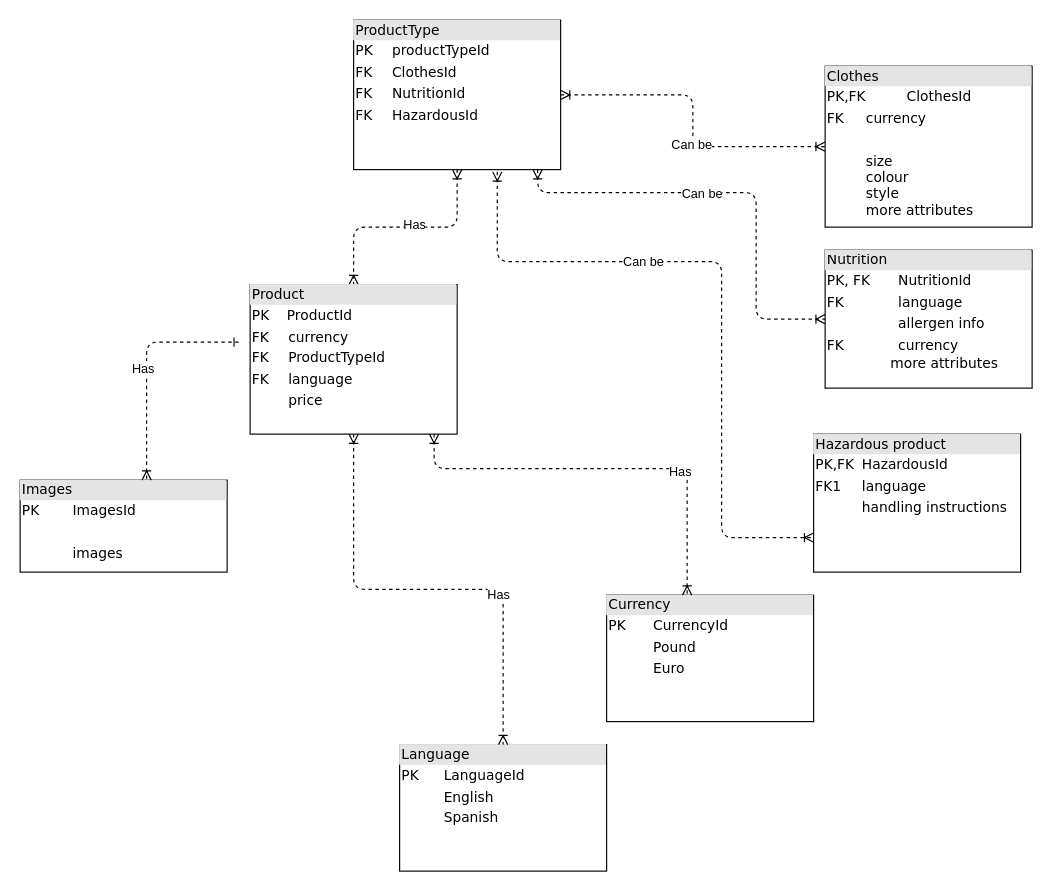
Earlier version of the draw.io diagram Exercise 2.drawio (InesCortina/git-demo). Source tidied: cells renumbered, new cells numbered last; positions are measured from the earlier drawing's top-left corner, leaving out a move shared by most shapes. Both pictures are drawn from the tidied source at 115%, with x=0, y=0 at pixel (20, 20).
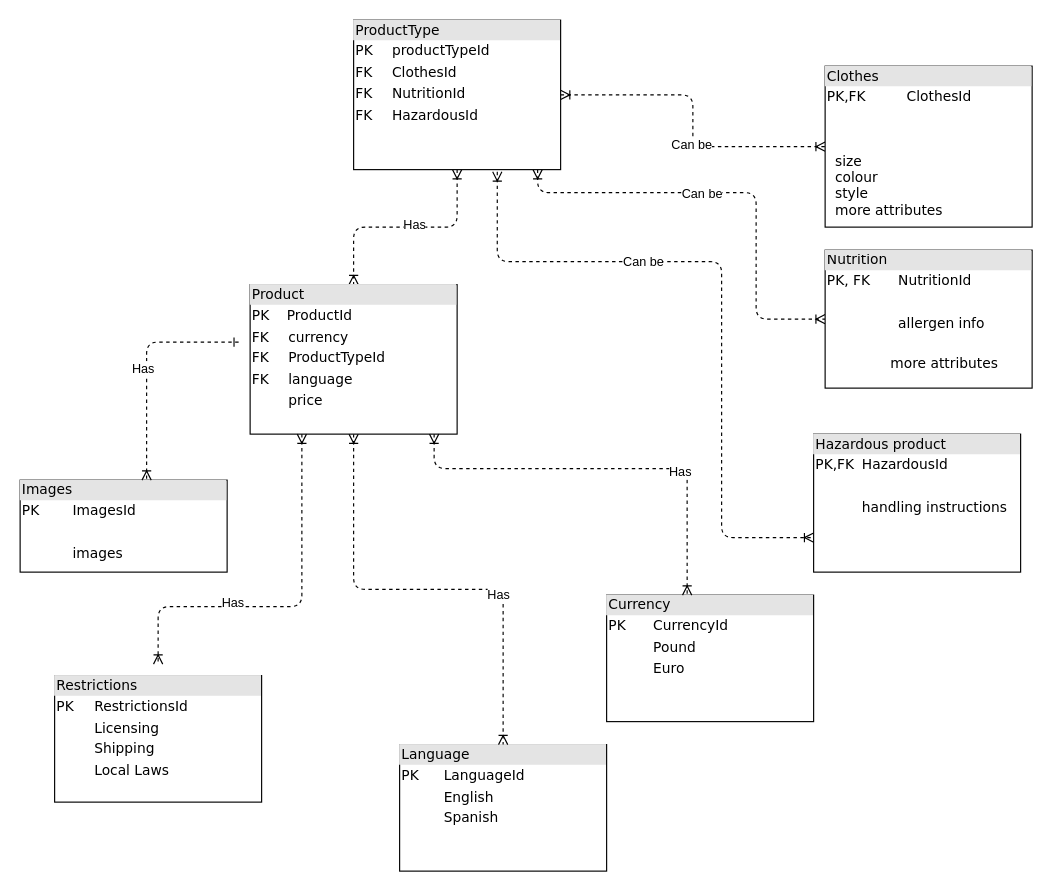
The same page after the edit.

The change refers to these unchanged cells:
```xml
<mxCell id="13" value="&lt;div style=&quot;box-sizing: border-box ; width: 100% ; background: #e4e4e4 ; padding: 2px&quot;&gt;Product&lt;/div&gt;&lt;table style=&quot;border-color: var(--border-color); font-size: 1em; width: 180px;&quot; cellpadding=&quot;2&quot; cellspacing=&quot;0&quot;&gt;&lt;tbody style=&quot;border-color: var(--border-color);&quot;&gt;&lt;tr style=&quot;border-color: var(--border-color);&quot;&gt;&lt;td style=&quot;border-color: var(--border-color);&quot;&gt;PK&amp;nbsp; &amp;nbsp; ProductId&lt;/td&gt;&lt;td style=&quot;border-color: var(--border-color);&quot;&gt;&lt;br&gt;&lt;/td&gt;&lt;/tr&gt;&lt;/tbody&gt;&lt;/table&gt;&lt;table style=&quot;width: 100% ; font-size: 1em&quot; cellpadding=&quot;2&quot; cellspacing=&quot;0&quot;&gt;&lt;tbody&gt;&lt;tr&gt;&lt;td&gt;FK&lt;/td&gt;&lt;td&gt;currency&lt;/td&gt;&lt;/tr&gt;&lt;tr&gt;&lt;td&gt;FK&lt;/td&gt;&lt;td&gt;ProductTypeId&lt;/td&gt;&lt;/tr&gt;&lt;tr&gt;&lt;td&gt;FK&lt;/td&gt;&lt;td&gt;language&lt;/td&gt;&lt;/tr&gt;&lt;tr&gt;&lt;td&gt;&lt;br&gt;&lt;/td&gt;&lt;td&gt;price&lt;/td&gt;&lt;/tr&gt;&lt;/tbody&gt;&lt;/table&gt;" style="verticalAlign=top;align=left;overflow=fill;html=1;rounded=0;shadow=0;comic=0;labelBackgroundColor=none;strokeWidth=1;fontFamily=Verdana;fontSize=12;" parent="1" vertex="1">
  <mxGeometry x="200" y="230" width="180" height="130" as="geometry" />
</mxCell>
```

What changed in the source:
```diff
@@
-    <mxCell id="9" value="&lt;div style=&quot;box-sizing: border-box ; width: 100% ; background: #e4e4e4 ; padding: 2px&quot;&gt;Hazardous product&lt;/div&gt;&lt;table style=&quot;width: 100% ; font-size: 1em&quot; cellpadding=&quot;2&quot; cellspacing=&quot;0&quot;&gt;&lt;tbody&gt;&lt;tr&gt;&lt;td&gt;PK,FK&lt;/td&gt;&lt;td&gt;HazardousId&lt;/td&gt;&lt;/tr&gt;&lt;tr&gt;&lt;td&gt;FK1&lt;/td&gt;&lt;td&gt;language&lt;/td&gt;&lt;/tr&gt;&lt;tr&gt;&lt;td&gt;&lt;/td&gt;&lt;td&gt;handling instructions&lt;/td&gt;&lt;/tr&gt;&lt;tr&gt;&lt;td&gt;&lt;/td&gt;&lt;td&gt;&lt;br&gt;&lt;/td&gt;&lt;/tr&gt;&lt;/tbody&gt;&lt;/table&gt;" style="verticalAlign=top;align=left;overflow=fill;html=1;rounded=0;shadow=0;comic=0;labelBackgroundColor=none;strokeWidth=1;fontFamily=Verdana;fontSize=12;" parent="1" vertex="1">
+    <mxCell id="9" value="&lt;div style=&quot;box-sizing: border-box ; width: 100% ; background: #e4e4e4 ; padding: 2px&quot;&gt;Hazardous product&lt;/div&gt;&lt;table style=&quot;width: 100% ; font-size: 1em&quot; cellpadding=&quot;2&quot; cellspacing=&quot;0&quot;&gt;&lt;tbody&gt;&lt;tr&gt;&lt;td&gt;PK,FK&lt;/td&gt;&lt;td&gt;HazardousId&lt;/td&gt;&lt;/tr&gt;&lt;tr&gt;&lt;td&gt;&lt;br&gt;&lt;/td&gt;&lt;td&gt;&lt;br&gt;&lt;/td&gt;&lt;/tr&gt;&lt;tr&gt;&lt;td&gt;&lt;/td&gt;&lt;td&gt;handling instructions&lt;/td&gt;&lt;/tr&gt;&lt;tr&gt;&lt;td&gt;&lt;/td&gt;&lt;td&gt;&lt;br&gt;&lt;/td&gt;&lt;/tr&gt;&lt;/tbody&gt;&lt;/table&gt;" style="verticalAlign=top;align=left;overflow=fill;html=1;rounded=0;shadow=0;comic=0;labelBackgroundColor=none;strokeWidth=1;fontFamily=Verdana;fontSize=12;" parent="1" vertex="1">
       <mxGeometry x="690" y="360" width="180" height="120" as="geometry" />
     </mxCell>
@@
-    <mxCell id="14" value="&lt;div style=&quot;box-sizing: border-box ; width: 100% ; background: #e4e4e4 ; padding: 2px&quot;&gt;Nutrition&lt;/div&gt;&lt;table style=&quot;width: 100% ; font-size: 1em&quot; cellpadding=&quot;2&quot; cellspacing=&quot;0&quot;&gt;&lt;tbody&gt;&lt;tr&gt;&lt;td&gt;PK, FK&lt;/td&gt;&lt;td&gt;NutritionId&lt;/td&gt;&lt;/tr&gt;&lt;tr&gt;&lt;td&gt;FK&lt;/td&gt;&lt;td&gt;language&lt;/td&gt;&lt;/tr&gt;&lt;tr&gt;&lt;td&gt;&lt;/td&gt;&lt;td&gt;allergen info&lt;/td&gt;&lt;/tr&gt;&lt;tr&gt;&lt;td&gt;FK&lt;/td&gt;&lt;td&gt;currency&lt;br&gt;&lt;/td&gt;&lt;/tr&gt;&lt;/tbody&gt;&lt;/table&gt;&amp;nbsp; &amp;nbsp; &amp;nbsp; &amp;nbsp; &amp;nbsp; &amp;nbsp; &amp;nbsp; &amp;nbsp;more attributes" style="verticalAlign=top;align=left;overflow=fill;html=1;rounded=0;shadow=0;comic=0;labelBackgroundColor=none;strokeWidth=1;fontFamily=Verdana;fontSize=12;" parent="1" vertex="1">
+    <mxCell id="14" value="&lt;div style=&quot;box-sizing: border-box ; width: 100% ; background: #e4e4e4 ; padding: 2px&quot;&gt;Nutrition&lt;/div&gt;&lt;table style=&quot;width: 100% ; font-size: 1em&quot; cellpadding=&quot;2&quot; cellspacing=&quot;0&quot;&gt;&lt;tbody&gt;&lt;tr&gt;&lt;td&gt;PK, FK&lt;/td&gt;&lt;td&gt;NutritionId&lt;/td&gt;&lt;/tr&gt;&lt;tr&gt;&lt;td&gt;&lt;br&gt;&lt;/td&gt;&lt;td&gt;&lt;br&gt;&lt;/td&gt;&lt;/tr&gt;&lt;tr&gt;&lt;td&gt;&lt;/td&gt;&lt;td&gt;allergen info&lt;/td&gt;&lt;/tr&gt;&lt;tr&gt;&lt;td&gt;&lt;/td&gt;&lt;td&gt;&lt;br&gt;&lt;/td&gt;&lt;/tr&gt;&lt;/tbody&gt;&lt;/table&gt;&amp;nbsp; &amp;nbsp; &amp;nbsp; &amp;nbsp; &amp;nbsp; &amp;nbsp; &amp;nbsp; &amp;nbsp;more attributes" style="verticalAlign=top;align=left;overflow=fill;html=1;rounded=0;shadow=0;comic=0;labelBackgroundColor=none;strokeWidth=1;fontFamily=Verdana;fontSize=12;" parent="1" vertex="1">
       <mxGeometry x="700" y="200" width="180" height="120" as="geometry" />
     </mxCell>
-    <mxCell id="15" value="&lt;div style=&quot;box-sizing:border-box;width:100%;background:#e4e4e4;padding:2px;&quot;&gt;Clothes&lt;/div&gt;&lt;table style=&quot;border-color: var(--border-color); font-size: 1em; width: 180px;&quot; cellpadding=&quot;2&quot; cellspacing=&quot;0&quot;&gt;&lt;tbody style=&quot;border-color: var(--border-color);&quot;&gt;&lt;tr style=&quot;border-color: var(--border-color);&quot;&gt;&lt;td style=&quot;border-color: var(--border-color);&quot;&gt;PK,FK&lt;/td&gt;&lt;td style=&quot;border-color: var(--border-color);&quot;&gt;ClothesId&lt;/td&gt;&lt;/tr&gt;&lt;/tbody&gt;&lt;/table&gt;&lt;table style=&quot;width:100%;font-size:1em;&quot; cellpadding=&quot;2&quot; cellspacing=&quot;0&quot;&gt;&lt;tbody&gt;&lt;tr&gt;&lt;td&gt;FK&amp;nbsp;&lt;/td&gt;&lt;td&gt;currency&lt;/td&gt;&lt;/tr&gt;&lt;tr&gt;&lt;td&gt;&lt;br&gt;&lt;/td&gt;&lt;td&gt;&lt;br&gt;&lt;/td&gt;&lt;/tr&gt;&lt;tr&gt;&lt;td&gt;&lt;/td&gt;&lt;td&gt;size&lt;br&gt;colour&lt;br&gt;style&lt;br&gt;more attributes&lt;/td&gt;&lt;/tr&gt;&lt;/tbody&gt;&lt;/table&gt;" style="verticalAlign=top;align=left;overflow=fill;html=1;rounded=0;shadow=0;comic=0;labelBackgroundColor=none;strokeWidth=1;fontFamily=Verdana;fontSize=12;" parent="1" vertex="1">
+    <mxCell id="15" value="&lt;div style=&quot;box-sizing:border-box;width:100%;background:#e4e4e4;padding:2px;&quot;&gt;Clothes&lt;/div&gt;&lt;table style=&quot;border-color: var(--border-color); font-size: 1em; width: 180px;&quot; cellpadding=&quot;2&quot; cellspacing=&quot;0&quot;&gt;&lt;tbody style=&quot;border-color: var(--border-color);&quot;&gt;&lt;tr style=&quot;border-color: var(--border-color);&quot;&gt;&lt;td style=&quot;border-color: var(--border-color);&quot;&gt;PK,FK&lt;/td&gt;&lt;td style=&quot;border-color: var(--border-color);&quot;&gt;ClothesId&lt;/td&gt;&lt;/tr&gt;&lt;/tbody&gt;&lt;/table&gt;&lt;table style=&quot;width:100%;font-size:1em;&quot; cellpadding=&quot;2&quot; cellspacing=&quot;0&quot;&gt;&lt;tbody&gt;&lt;tr&gt;&lt;td&gt;&lt;br&gt;&lt;/td&gt;&lt;td&gt;&lt;br&gt;&lt;/td&gt;&lt;/tr&gt;&lt;tr&gt;&lt;td&gt;&lt;br&gt;&lt;/td&gt;&lt;td&gt;&lt;br&gt;&lt;/td&gt;&lt;/tr&gt;&lt;tr&gt;&lt;td&gt;&lt;/td&gt;&lt;td&gt;size&lt;br&gt;colour&lt;br&gt;style&lt;br&gt;more attributes&lt;/td&gt;&lt;/tr&gt;&lt;/tbody&gt;&lt;/table&gt;" style="verticalAlign=top;align=left;overflow=fill;html=1;rounded=0;shadow=0;comic=0;labelBackgroundColor=none;strokeWidth=1;fontFamily=Verdana;fontSize=12;" parent="1" vertex="1">
       <mxGeometry x="700" y="40" width="180" height="140" as="geometry" />
     </mxCell>
@@
+    <mxCell id="24" value="&lt;div style=&quot;box-sizing: border-box ; width: 100% ; background: #e4e4e4 ; padding: 2px&quot;&gt;Restrictions&lt;/div&gt;&lt;table style=&quot;width: 100% ; font-size: 1em&quot; cellpadding=&quot;2&quot; cellspacing=&quot;0&quot;&gt;&lt;tbody&gt;&lt;tr&gt;&lt;td&gt;PK&lt;/td&gt;&lt;td&gt;RestrictionsId&lt;/td&gt;&lt;/tr&gt;&lt;tr&gt;&lt;td&gt;&lt;br&gt;&lt;/td&gt;&lt;td&gt;Licensing&lt;/td&gt;&lt;/tr&gt;&lt;tr&gt;&lt;td&gt;&lt;/td&gt;&lt;td&gt;Shipping&lt;/td&gt;&lt;/tr&gt;&lt;tr&gt;&lt;td&gt;&lt;/td&gt;&lt;td&gt;Local Laws&lt;/td&gt;&lt;/tr&gt;&lt;/tbody&gt;&lt;/table&gt;" style="verticalAlign=top;align=left;overflow=fill;html=1;rounded=0;shadow=0;comic=0;labelBackgroundColor=none;strokeWidth=1;fontFamily=Verdana;fontSize=12;" parent="1" vertex="1">
+      <mxGeometry x="30" y="570" width="180" height="110" as="geometry" />
+    </mxCell>
+    <mxCell id="25" style="edgeStyle=orthogonalEdgeStyle;html=1;labelBackgroundColor=none;startArrow=ERoneToMany;endArrow=ERoneToMany;fontFamily=Verdana;fontSize=12;align=left;dashed=1;startFill=0;exitX=0.25;exitY=1;exitDx=0;exitDy=0;" parent="1" edge="1" source="13">
+      <mxGeometry relative="1" as="geometry">
+        <mxPoint x="120" y="560" as="targetPoint" />
+        <Array as="points">
+          <mxPoint x="245" y="510" />
+          <mxPoint x="120" y="510" />
+        </Array>
+      </mxGeometry>
+    </mxCell>
+    <mxCell id="26" value="Has" style="edgeLabel;html=1;align=center;verticalAlign=middle;" parent="25" vertex="1">
+      <mxGeometry x="0.3" y="-4" relative="1" as="geometry" />
+    </mxCell>
```
